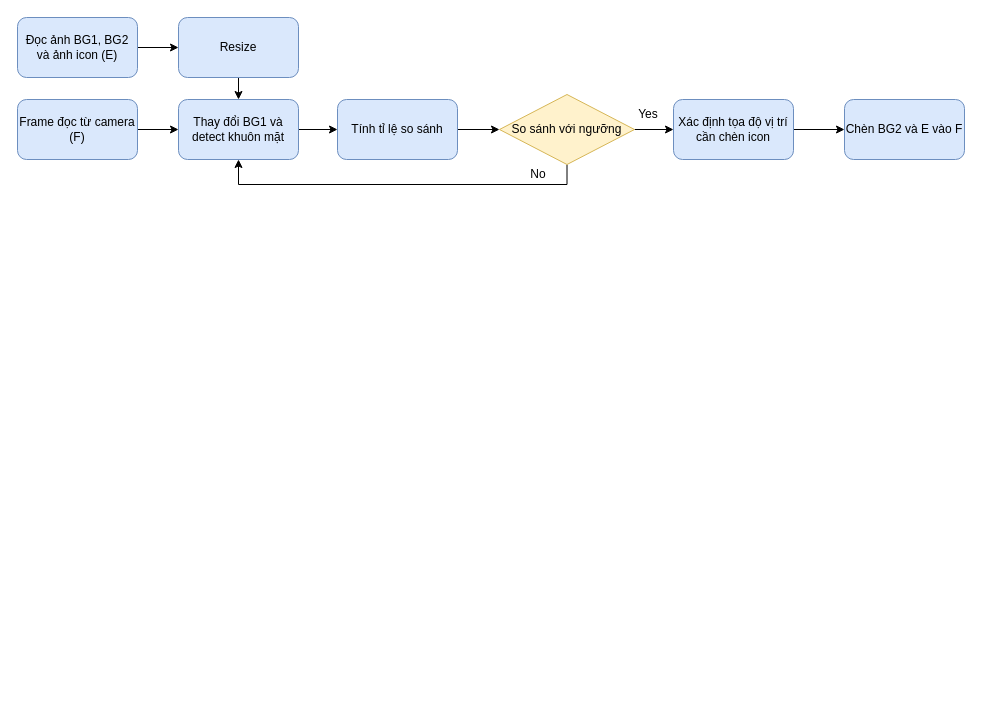
Before: Untitled Diagram.drawio in LENHUY200303/love, a draw.io diagram. Source tidied: cells renumbered, new cells numbered last; positions are measured from the earlier drawing's top-left corner, leaving out a move shared by most shapes. Both pictures are drawn from the tidied source at 100%, with x=0, y=0 at pixel (17, 17).
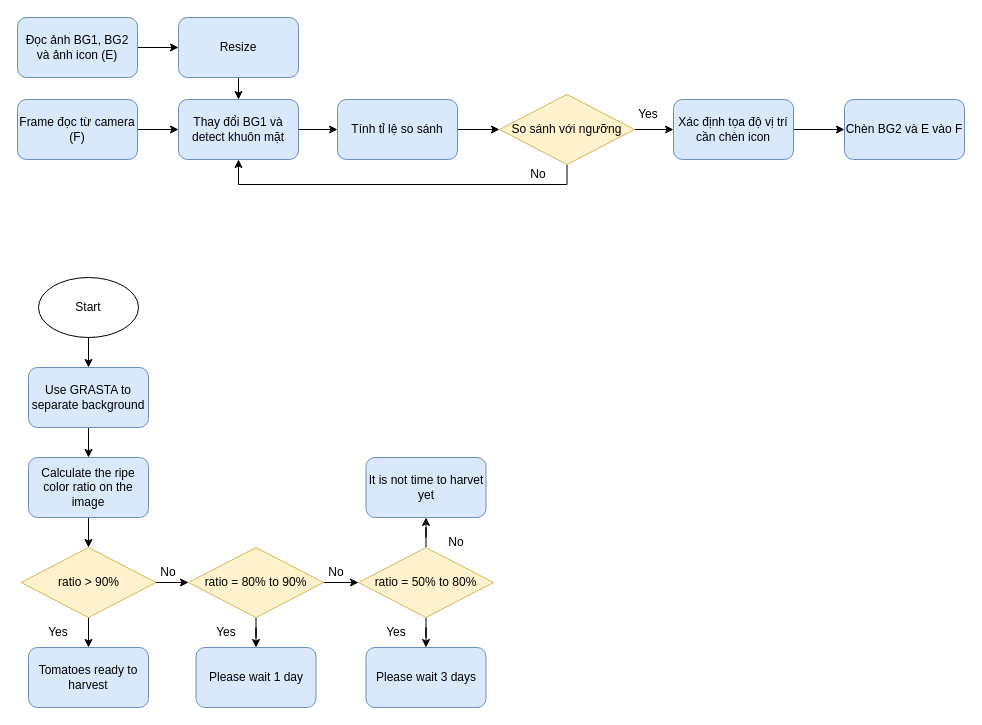
The same page after the edit.

Diff of the diagram source:
```diff
@@
+    <mxCell id="20" style="edgeStyle=orthogonalEdgeStyle;rounded=0;jettySize=auto;html=1;" parent="1" edge="1" source="21" target="23">
+      <mxGeometry relative="1" as="geometry" />
+    </mxCell>
+    <mxCell id="21" value="Start" style="ellipse;whiteSpace=wrap;html=1;" parent="1" vertex="1">
+      <mxGeometry x="21" y="260" width="100" height="60" as="geometry" />
+    </mxCell>
+    <mxCell id="22" style="edgeStyle=orthogonalEdgeStyle;rounded=0;jettySize=auto;html=1;" parent="1" edge="1" source="23" target="25">
+      <mxGeometry relative="1" as="geometry" />
+    </mxCell>
+    <mxCell id="23" value="Use GRASTA to separate background" style="rounded=1;whiteSpace=wrap;html=1;fillColor=#dae8fc;strokeColor=#6c8ebf;" parent="1" vertex="1">
+      <mxGeometry x="11" y="350" width="120" height="60" as="geometry" />
+    </mxCell>
+    <mxCell id="24" style="edgeStyle=orthogonalEdgeStyle;rounded=0;jettySize=auto;html=1;" parent="1" edge="1" source="25" target="28">
+      <mxGeometry relative="1" as="geometry" />
+    </mxCell>
+    <mxCell id="25" value="Calculate the ripe color ratio on the image" style="rounded=1;whiteSpace=wrap;html=1;fillColor=#dae8fc;strokeColor=#6c8ebf;" parent="1" vertex="1">
+      <mxGeometry x="11" y="440" width="120" height="60" as="geometry" />
+    </mxCell>
+    <mxCell id="26" style="edgeStyle=orthogonalEdgeStyle;rounded=0;jettySize=auto;html=1;" parent="1" edge="1" source="28" target="35">
+      <mxGeometry relative="1" as="geometry" />
+    </mxCell>
+    <mxCell id="27" style="edgeStyle=orthogonalEdgeStyle;rounded=0;jettySize=auto;html=1;" parent="1" edge="1" source="28" target="31">
+      <mxGeometry relative="1" as="geometry" />
+    </mxCell>
+    <mxCell id="28" value="ratio &amp;gt; 90%" style="rhombus;whiteSpace=wrap;html=1;fillColor=#fff2cc;strokeColor=#d6b656;" parent="1" vertex="1">
+      <mxGeometry x="3.5" y="530" width="135" height="70" as="geometry" />
+    </mxCell>
+    <mxCell id="29" style="edgeStyle=orthogonalEdgeStyle;rounded=0;jettySize=auto;html=1;" parent="1" edge="1" source="31" target="34">
+      <mxGeometry relative="1" as="geometry" />
+    </mxCell>
+    <mxCell id="30" style="edgeStyle=orthogonalEdgeStyle;rounded=0;jettySize=auto;html=1;" parent="1" edge="1" source="31" target="36">
+      <mxGeometry relative="1" as="geometry" />
+    </mxCell>
+    <mxCell id="31" value="ratio = 80% to 90%" style="rhombus;whiteSpace=wrap;html=1;fillColor=#fff2cc;strokeColor=#d6b656;" parent="1" vertex="1">
+      <mxGeometry x="171" y="530" width="135" height="70" as="geometry" />
+    </mxCell>
+    <mxCell id="32" style="edgeStyle=orthogonalEdgeStyle;rounded=0;jettySize=auto;html=1;" parent="1" edge="1" source="34" target="37">
+      <mxGeometry relative="1" as="geometry" />
+    </mxCell>
+    <mxCell id="33" style="edgeStyle=orthogonalEdgeStyle;rounded=0;jettySize=auto;html=1;" parent="1" edge="1" source="34" target="38">
+      <mxGeometry relative="1" as="geometry" />
+    </mxCell>
+    <mxCell id="34" value="ratio = 50% to 80%" style="rhombus;whiteSpace=wrap;html=1;fillColor=#fff2cc;strokeColor=#d6b656;" parent="1" vertex="1">
+      <mxGeometry x="341" y="530" width="135" height="70" as="geometry" />
+    </mxCell>
+    <mxCell id="35" value="Tomatoes ready to harvest" style="rounded=1;whiteSpace=wrap;html=1;fillColor=#dae8fc;strokeColor=#6c8ebf;" parent="1" vertex="1">
+      <mxGeometry x="11" y="630" width="120" height="60" as="geometry" />
+    </mxCell>
+    <mxCell id="36" value="Please wait 1 day" style="rounded=1;whiteSpace=wrap;html=1;fillColor=#dae8fc;strokeColor=#6c8ebf;" parent="1" vertex="1">
+      <mxGeometry x="178.5" y="630" width="120" height="60" as="geometry" />
+    </mxCell>
+    <mxCell id="37" value="Please wait 3 days" style="rounded=1;whiteSpace=wrap;html=1;fillColor=#dae8fc;strokeColor=#6c8ebf;" parent="1" vertex="1">
+      <mxGeometry x="348.5" y="630" width="120" height="60" as="geometry" />
+    </mxCell>
+    <mxCell id="38" value="It is not time to harvet yet&lt;br&gt;" style="rounded=1;whiteSpace=wrap;html=1;fillColor=#dae8fc;strokeColor=#6c8ebf;align=center;" parent="1" vertex="1">
+      <mxGeometry x="348.5" y="440" width="120" height="60" as="geometry" />
+    </mxCell>
+    <mxCell id="39" value="Yes" style="text;html=1;strokeColor=none;fillColor=none;align=center;verticalAlign=middle;whiteSpace=wrap;rounded=0;" parent="1" vertex="1">
+      <mxGeometry x="11" y="600" width="60" height="30" as="geometry" />
+    </mxCell>
+    <mxCell id="40" value="Yes" style="text;html=1;strokeColor=none;fillColor=none;align=center;verticalAlign=middle;whiteSpace=wrap;rounded=0;" parent="1" vertex="1">
+      <mxGeometry x="178.5" y="600" width="60" height="30" as="geometry" />
+    </mxCell>
+    <mxCell id="41" value="Yes" style="text;html=1;strokeColor=none;fillColor=none;align=center;verticalAlign=middle;whiteSpace=wrap;rounded=0;" parent="1" vertex="1">
+      <mxGeometry x="348.5" y="600" width="60" height="30" as="geometry" />
+    </mxCell>
+    <mxCell id="42" value="No" style="text;html=1;strokeColor=none;fillColor=none;align=center;verticalAlign=middle;whiteSpace=wrap;rounded=0;" parent="1" vertex="1">
+      <mxGeometry x="121" y="540" width="60" height="30" as="geometry" />
+    </mxCell>
+    <mxCell id="43" value="No" style="text;html=1;strokeColor=none;fillColor=none;align=center;verticalAlign=middle;whiteSpace=wrap;rounded=0;" parent="1" vertex="1">
+      <mxGeometry x="288.5" y="540" width="60" height="30" as="geometry" />
+    </mxCell>
+    <mxCell id="44" value="No" style="text;html=1;strokeColor=none;fillColor=none;align=center;verticalAlign=middle;whiteSpace=wrap;rounded=0;" parent="1" vertex="1">
+      <mxGeometry x="408.5" y="510" width="60" height="30" as="geometry" />
+    </mxCell>
```
